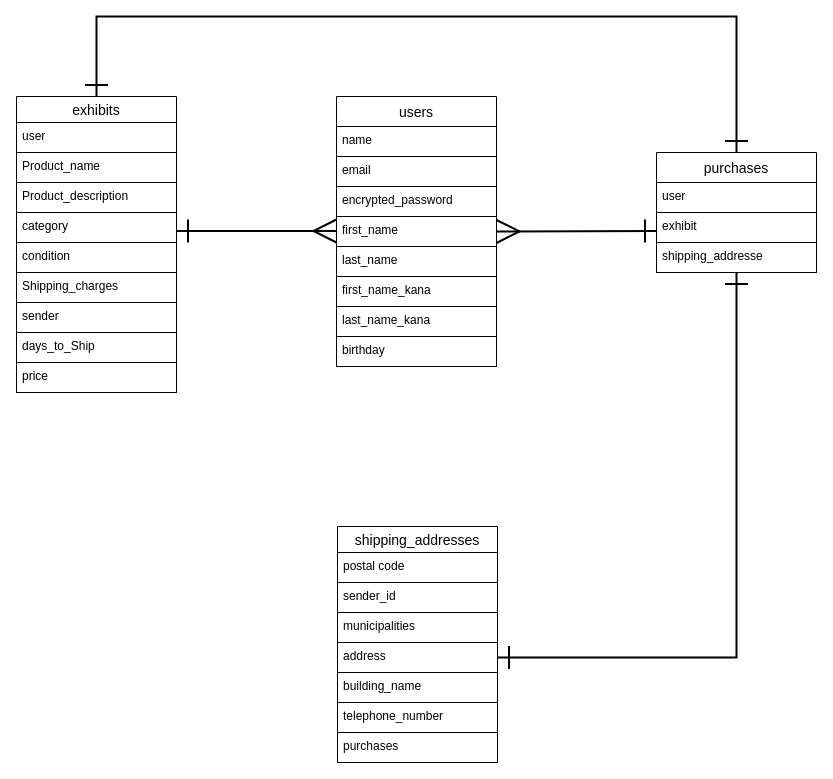
Above: ER図.dio in shotatuchiya/furima-38811 (draw.io), before the change. Source tidied: cells renumbered, new cells numbered last; positions are measured from the earlier drawing's top-left corner, leaving out a move shared by most shapes. Both pictures are drawn from the tidied source at 100%, with x=0, y=0 at pixel (16, 16).
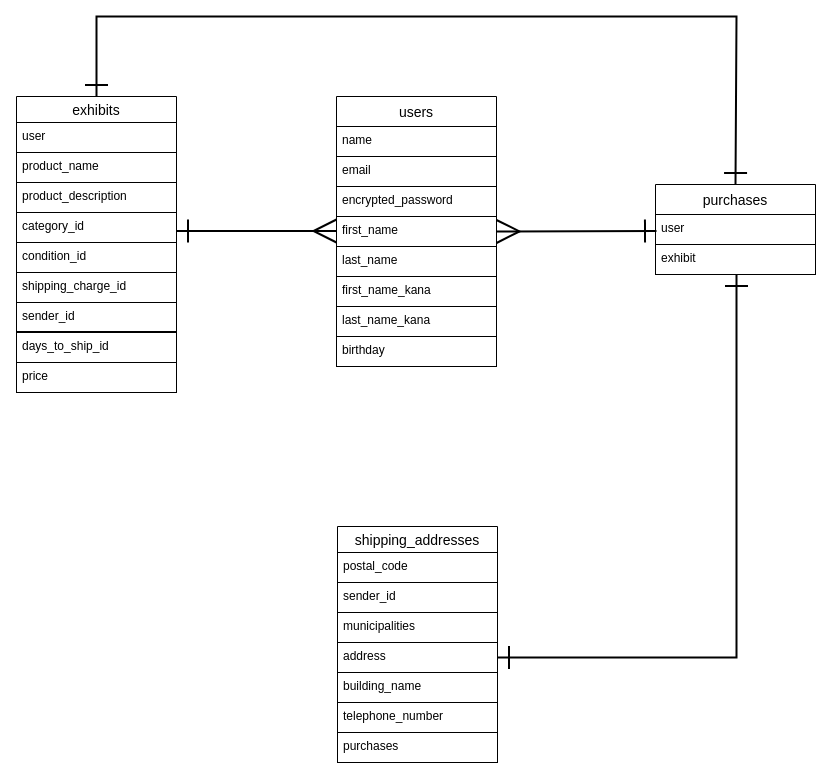
After the change.

Unchanged cells that the change refers to:
```xml
<mxCell id="6" value="exhibits" style="swimlane;fontStyle=0;horizontal=1;startSize=26;align=center;fontSize=14;" parent="1" vertex="1">
  <mxGeometry y="80" width="160" height="116" as="geometry" />
</mxCell>
<mxCell id="28" value="shipping_addresses" style="swimlane;fontStyle=0;horizontal=1;startSize=26;align=center;fontSize=14;" parent="1" vertex="1">
  <mxGeometry x="321" y="510" width="160" height="116" as="geometry" />
</mxCell>
<mxCell id="32" value="address" style="text;strokeColor=default;fillColor=none;spacingLeft=4;spacingRight=4;overflow=hidden;points=[[0,0.5],[1,0.5]];portConstraint=eastwest;fontSize=12;" parent="1" vertex="1">
  <mxGeometry x="321" y="626" width="160" height="30" as="geometry" />
</mxCell>
```

What changed in the source:
```diff
@@
-    <mxCell id="8" value="Product_name" style="text;strokeColor=default;fillColor=none;spacingLeft=4;spacingRight=4;overflow=hidden;fontSize=12;" parent="6" vertex="1">
+    <mxCell id="8" value="product_name" style="text;strokeColor=default;fillColor=none;spacingLeft=4;spacingRight=4;overflow=hidden;fontSize=12;" parent="6" vertex="1">
       <mxGeometry y="56" width="160" height="30" as="geometry" />
     </mxCell>
-    <mxCell id="9" value="Product_description" style="text;strokeColor=none;fillColor=none;spacingLeft=4;spacingRight=4;overflow=hidden;fontSize=12;" parent="6" vertex="1">
+    <mxCell id="9" value="product_description" style="text;strokeColor=none;fillColor=none;spacingLeft=4;spacingRight=4;overflow=hidden;fontSize=12;" parent="6" vertex="1">
       <mxGeometry y="86" width="160" height="30" as="geometry" />
     </mxCell>
     <mxCell id="10" value="purchases" style="swimlane;fontStyle=0;horizontal=1;startSize=30;align=center;fontSize=14;strokeWidth=1;perimeterSpacing=0;" parent="1" vertex="1">
-      <mxGeometry x="640" y="136" width="160" height="120" as="geometry" />
+      <mxGeometry x="639" y="168" width="160" height="90" as="geometry" />
     </mxCell>
@@
-    <mxCell id="13" value="shipping_addresse" style="text;strokeColor=default;fillColor=none;spacingLeft=4;spacingRight=4;overflow=hidden;points=[[0,0.5],[1,0.5]];portConstraint=eastwest;fontSize=12;strokeWidth=1;perimeterSpacing=0;" parent="10" vertex="1">
-      <mxGeometry y="90" width="160" height="30" as="geometry" />
-    </mxCell>
@@
-    <mxCell id="19" value="category" style="text;strokeColor=default;fillColor=none;spacingLeft=4;spacingRight=4;overflow=hidden;fontSize=12;shadow=0;" parent="1" vertex="1">
+    <mxCell id="19" value="category_id" style="text;strokeColor=default;fillColor=none;spacingLeft=4;spacingRight=4;overflow=hidden;fontSize=12;shadow=0;" parent="1" vertex="1">
       <mxGeometry y="196" width="160" height="30" as="geometry" />
     </mxCell>
-    <mxCell id="20" value="condition" style="text;strokeColor=default;fillColor=none;spacingLeft=4;spacingRight=4;overflow=hidden;fontSize=12;shadow=0;" parent="1" vertex="1">
+    <mxCell id="20" value="condition_id" style="text;strokeColor=default;fillColor=none;spacingLeft=4;spacingRight=4;overflow=hidden;fontSize=12;shadow=0;" parent="1" vertex="1">
       <mxGeometry y="226" width="160" height="30" as="geometry" />
     </mxCell>
-    <mxCell id="21" value="Shipping_charges" style="text;strokeColor=default;fillColor=none;spacingLeft=4;spacingRight=4;overflow=hidden;fontSize=12;shadow=0;" parent="1" vertex="1">
+    <mxCell id="21" value="shipping_charge_id" style="text;strokeColor=default;fillColor=none;spacingLeft=4;spacingRight=4;overflow=hidden;fontSize=12;shadow=0;" parent="1" vertex="1">
       <mxGeometry y="256" width="160" height="30" as="geometry" />
     </mxCell>
-    <mxCell id="22" value="sender" style="text;strokeColor=default;fillColor=none;spacingLeft=4;spacingRight=4;overflow=hidden;fontSize=12;shadow=0;" parent="1" vertex="1">
-      <mxGeometry y="286" width="160" height="30" as="geometry" />
+    <mxCell id="22" value="sender_id" style="text;strokeColor=default;fillColor=none;spacingLeft=4;spacingRight=4;overflow=hidden;fontSize=12;shadow=0;" parent="1" vertex="1">
+      <mxGeometry y="286" width="160" height="29" as="geometry" />
     </mxCell>
-    <mxCell id="23" value="days_to_Ship" style="text;strokeColor=default;fillColor=none;spacingLeft=4;spacingRight=4;overflow=hidden;fontSize=12;shadow=0;" parent="1" vertex="1">
+    <mxCell id="23" value="days_to_ship_id" style="text;strokeColor=default;fillColor=none;spacingLeft=4;spacingRight=4;overflow=hidden;fontSize=12;shadow=0;" parent="1" vertex="1">
       <mxGeometry y="316" width="160" height="30" as="geometry" />
     </mxCell>
@@
-    <mxCell id="29" value="postal code" style="text;strokeColor=default;fillColor=none;spacingLeft=4;spacingRight=4;overflow=hidden;fontSize=12;" parent="28" vertex="1">
+    <mxCell id="29" value="postal_code" style="text;strokeColor=default;fillColor=none;spacingLeft=4;spacingRight=4;overflow=hidden;fontSize=12;" parent="28" vertex="1">
       <mxGeometry y="26" width="160" height="30" as="geometry" />
     </mxCell>
@@
-    <mxCell id="36" style="endArrow=ERone;html=1;rounded=0;exitX=1;exitY=0.5;exitDx=0;exitDy=0;startArrow=ERone;startFill=0;endFill=0;endSize=20;startSize=20;strokeWidth=2;" parent="1" edge="1" source="32" target="13">
+    <mxCell id="36" style="endArrow=ERone;html=1;rounded=0;exitX=1;exitY=0.5;exitDx=0;exitDy=0;startArrow=ERone;startFill=0;endFill=0;endSize=20;startSize=20;strokeWidth=2;" parent="1" edge="1" source="32">
       <mxGeometry relative="1" as="geometry">
+        <mxPoint x="720" y="258" as="targetPoint" />
         <Array as="points">
           <mxPoint x="720" y="641" />
         </Array>
       </mxGeometry>
     </mxCell>
```
